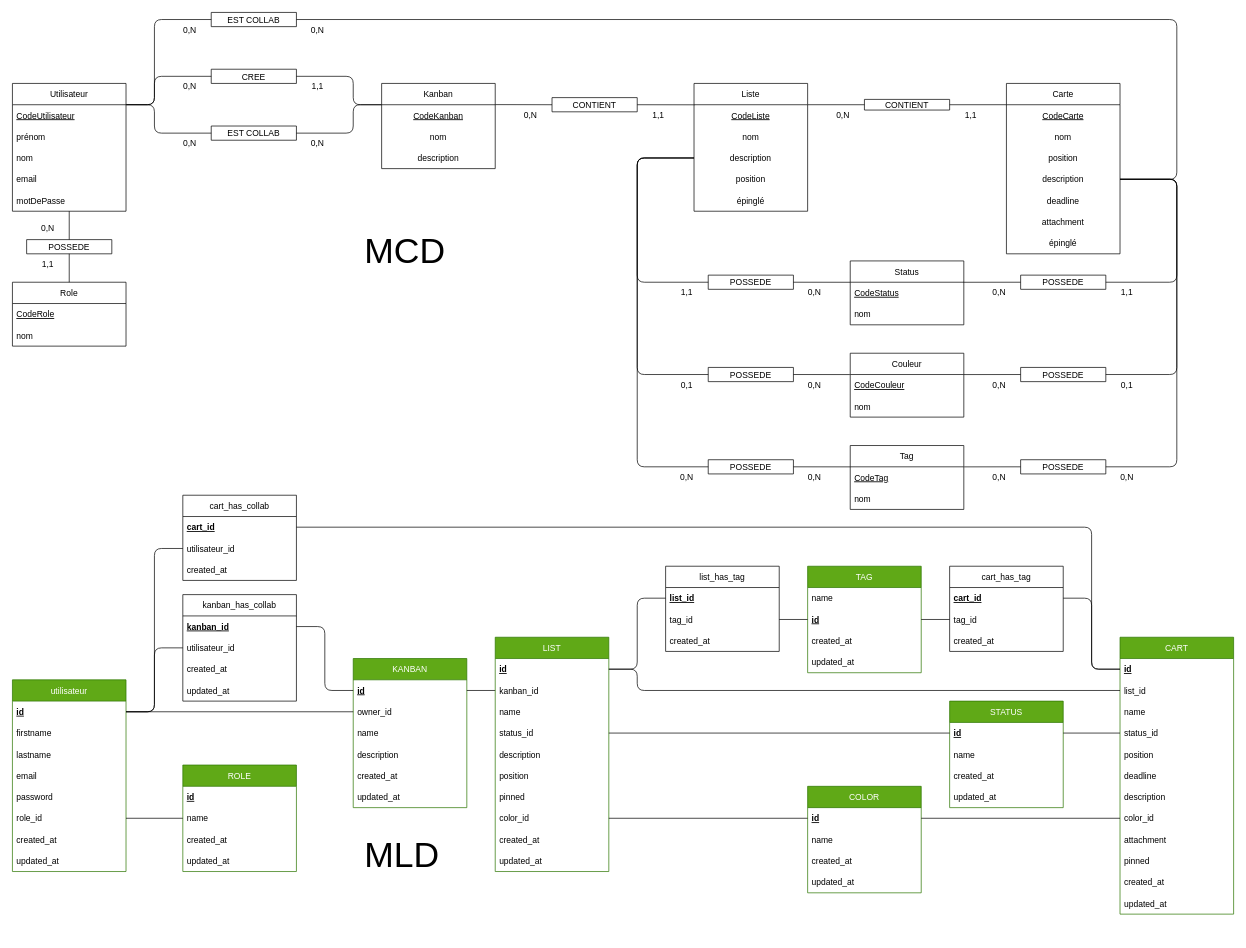
YannCreach/oKanban-YannCreach keeps this draw.io diagram as docs/mcd3.drawio. Above is the earlier version. Source tidied: cells renumbered, new cells numbered last; positions are measured from the earlier drawing's top-left corner, leaving out a move shared by most shapes. Both pictures are drawn from the tidied source at 71%, with x=0, y=0 at pixel (12, 12).
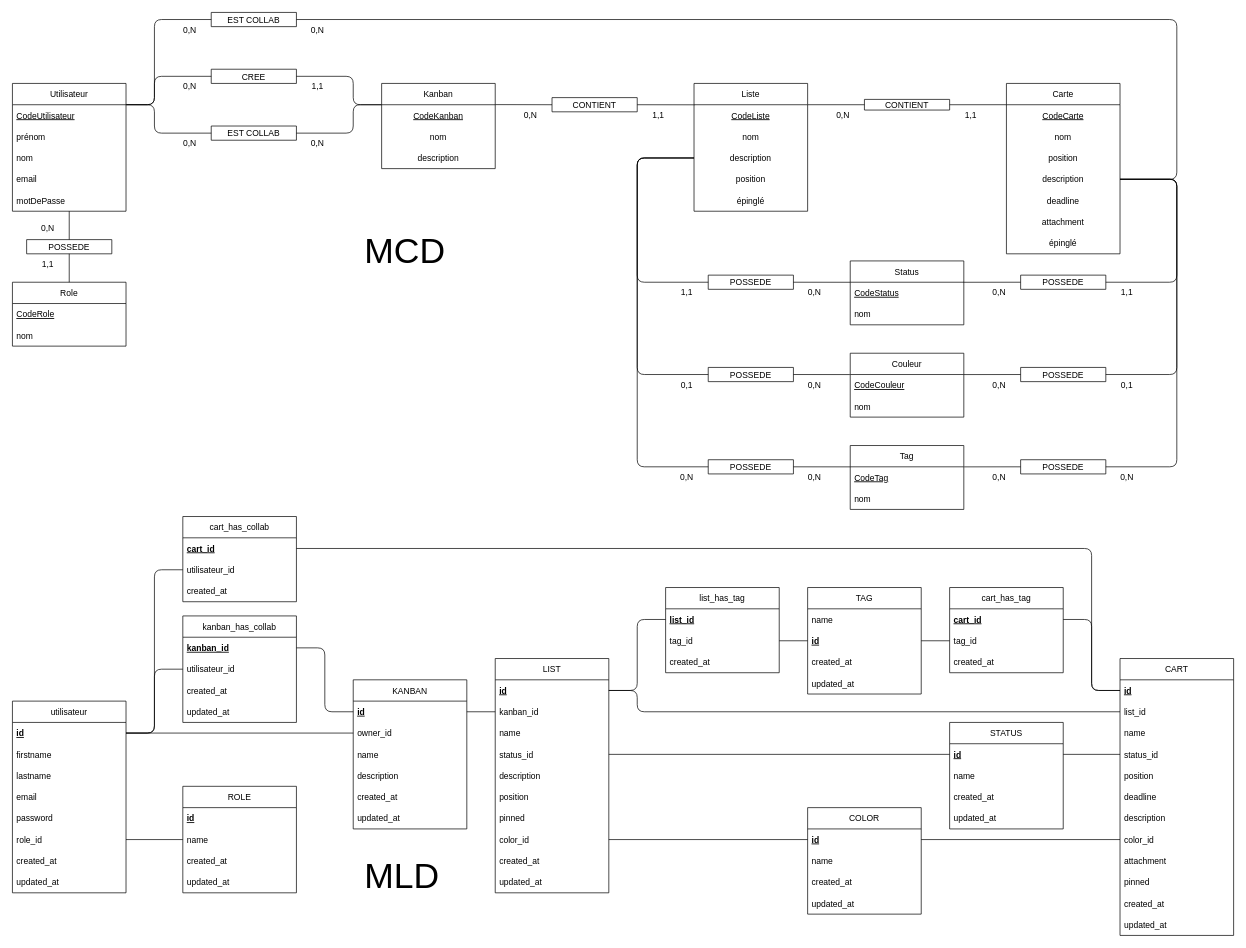
The same diagram, later.

Commit message (it also covers changes not shown here):
small assoc patch

The change refers to these unchanged cells:
```xml
<mxCell id="93" value="id" style="text;strokeColor=none;fillColor=none;align=left;verticalAlign=middle;spacingLeft=4;spacingRight=4;overflow=hidden;points=[[0,0.5],[1,0.5]];portConstraint=eastwest;fontStyle=5;" parent="92" vertex="1">
  <mxGeometry y="30" width="160" height="30" as="geometry" />
</mxCell>
<mxCell id="102" value="id" style="text;strokeColor=none;fillColor=none;align=left;verticalAlign=middle;spacingLeft=4;spacingRight=4;overflow=hidden;points=[[0,0.5],[1,0.5]];portConstraint=eastwest;fontStyle=5;" parent="101" vertex="1">
  <mxGeometry y="30" width="160" height="30" as="geometry" />
</mxCell>
<mxCell id="110" value="id" style="text;strokeColor=none;fillColor=none;align=left;verticalAlign=middle;spacingLeft=4;spacingRight=4;overflow=hidden;points=[[0,0.5],[1,0.5]];portConstraint=eastwest;fontStyle=5;" parent="109" vertex="1">
  <mxGeometry y="30" width="160" height="30" as="geometry" />
</mxCell>
<mxCell id="111" value="list_id" style="text;strokeColor=none;fillColor=none;align=left;verticalAlign=middle;spacingLeft=4;spacingRight=4;overflow=hidden;points=[[0,0.5],[1,0.5]];portConstraint=eastwest;fontStyle=0;" parent="109" vertex="1">
  <mxGeometry y="60" width="160" height="30" as="geometry" />
</mxCell>
<mxCell id="144" value="id" style="text;strokeColor=none;fillColor=none;align=left;verticalAlign=middle;spacingLeft=4;spacingRight=4;overflow=hidden;points=[[0,0.5],[1,0.5]];portConstraint=eastwest;fontStyle=5;" parent="143" vertex="1">
  <mxGeometry y="30" width="160" height="30" as="geometry" />
</mxCell>
<mxCell id="171" value="kanban_id" style="text;strokeColor=none;fillColor=none;align=left;verticalAlign=middle;spacingLeft=4;spacingRight=4;overflow=hidden;points=[[0,0.5],[1,0.5]];portConstraint=eastwest;fontSize=12;fontStyle=5;" parent="170" vertex="1">
  <mxGeometry y="30" width="160" height="30" as="geometry" />
</mxCell>
<mxCell id="172" value="utilisateur_id" style="text;strokeColor=none;fillColor=none;align=left;verticalAlign=middle;spacingLeft=4;spacingRight=4;overflow=hidden;points=[[0,0.5],[1,0.5]];portConstraint=eastwest;fontSize=12;" parent="170" vertex="1">
  <mxGeometry y="60" width="160" height="30" as="geometry" />
</mxCell>
<mxCell id="176" value="cart_id" style="text;strokeColor=none;fillColor=none;align=left;verticalAlign=middle;spacingLeft=4;spacingRight=4;overflow=hidden;points=[[0,0.5],[1,0.5]];portConstraint=eastwest;fontSize=12;fontStyle=5;" parent="175" vertex="1">
  <mxGeometry y="30" width="160" height="30" as="geometry" />
</mxCell>
<mxCell id="177" value="utilisateur_id" style="text;strokeColor=none;fillColor=none;align=left;verticalAlign=middle;spacingLeft=4;spacingRight=4;overflow=hidden;points=[[0,0.5],[1,0.5]];portConstraint=eastwest;fontSize=12;" parent="175" vertex="1">
  <mxGeometry y="60" width="160" height="30" as="geometry" />
</mxCell>
<mxCell id="180" value="list_id" style="text;strokeColor=none;fillColor=none;align=left;verticalAlign=middle;spacingLeft=4;spacingRight=4;overflow=hidden;points=[[0,0.5],[1,0.5]];portConstraint=eastwest;fontSize=12;fontStyle=5;" parent="179" vertex="1">
  <mxGeometry y="30" width="160" height="30" as="geometry" />
</mxCell>
<mxCell id="184" value="cart_id" style="text;strokeColor=none;fillColor=none;align=left;verticalAlign=middle;spacingLeft=4;spacingRight=4;overflow=hidden;points=[[0,0.5],[1,0.5]];portConstraint=eastwest;fontSize=12;fontStyle=5;" parent="183" vertex="1">
  <mxGeometry y="30" width="160" height="30" as="geometry" />
</mxCell>
```

Diff of the diagram source:
```diff
@@
-    <mxCell id="92" value="utilisateur" style="swimlane;fontStyle=0;horizontal=1;startSize=30;fillColor=#60a917;fontColor=#ffffff;strokeColor=#2D7600;" parent="1" vertex="1">
-      <mxGeometry y="940" width="160" height="270" as="geometry" />
+    <mxCell id="92" value="utilisateur" style="swimlane;fontStyle=0;horizontal=1;startSize=30;" parent="1" vertex="1">
+      <mxGeometry y="970" width="160" height="270" as="geometry" />
     </mxCell>
@@
-    <mxCell id="101" value="KANBAN" style="swimlane;fontStyle=0;horizontal=1;startSize=30;fillColor=#60a917;fontColor=#ffffff;strokeColor=#2D7600;" parent="1" vertex="1">
-      <mxGeometry x="480" y="910" width="160" height="210" as="geometry" />
+    <mxCell id="101" value="KANBAN" style="swimlane;fontStyle=0;horizontal=1;startSize=30;" parent="1" vertex="1">
+      <mxGeometry x="480" y="940" width="160" height="210" as="geometry" />
     </mxCell>
@@
-    <mxCell id="109" value="CART" style="swimlane;fontStyle=0;horizontal=1;startSize=30;fillColor=#60a917;fontColor=#ffffff;strokeColor=#2D7600;" parent="1" vertex="1">
-      <mxGeometry x="1560" y="880" width="160" height="390" as="geometry" />
+    <mxCell id="109" value="CART" style="swimlane;fontStyle=0;horizontal=1;startSize=30;" parent="1" vertex="1">
+      <mxGeometry x="1560" y="910" width="160" height="390" as="geometry" />
     </mxCell>
@@
     <mxCell id="122" style="endArrow=none;html=1;exitX=1;exitY=0.5;exitDx=0;exitDy=0;entryX=0;entryY=0.5;entryDx=0;entryDy=0;" parent="1" edge="1" source="144" target="111">
       <mxGeometry relative="1" as="geometry">
         <Array as="points">
-          <mxPoint x="880" y="925" />
           <mxPoint x="880" y="955" />
+          <mxPoint x="880" y="985" />
         </Array>
       </mxGeometry>
     </mxCell>
     <mxCell id="123" style="endArrow=none;html=1;entryX=0;entryY=0.5;entryDx=0;entryDy=0;exitX=1;exitY=0.5;exitDx=0;exitDy=0;" parent="1" edge="1" source="93" target="172">
       <mxGeometry relative="1" as="geometry">
         <Array as="points">
-          <mxPoint x="200" y="985" />
-          <mxPoint x="200" y="895" />
+          <mxPoint x="200" y="1015" />
+          <mxPoint x="200" y="925" />
         </Array>
       </mxGeometry>
     </mxCell>
     <mxCell id="124" style="endArrow=none;html=1;exitX=1;exitY=0.5;exitDx=0;exitDy=0;entryX=0;entryY=0.5;entryDx=0;entryDy=0;" parent="1" edge="1" source="171" target="102">
       <mxGeometry relative="1" as="geometry">
         <Array as="points">
-          <mxPoint x="440" y="865" />
-          <mxPoint x="440" y="955" />
+          <mxPoint x="440" y="895" />
+          <mxPoint x="440" y="985" />
         </Array>
       </mxGeometry>
     </mxCell>
-    <mxCell id="125" value="ROLE" style="swimlane;fontStyle=0;horizontal=1;startSize=30;fillColor=#60a917;fontColor=#ffffff;strokeColor=#2D7600;" parent="1" vertex="1">
-      <mxGeometry x="240" y="1060" width="160" height="150" as="geometry" />
+    <mxCell id="125" value="ROLE" style="swimlane;fontStyle=0;horizontal=1;startSize=30;" parent="1" vertex="1">
+      <mxGeometry x="240" y="1090" width="160" height="150" as="geometry" />
     </mxCell>
@@
-    <mxCell id="130" value="COLOR" style="swimlane;fontStyle=0;horizontal=1;startSize=30;fillColor=#60a917;fontColor=#ffffff;strokeColor=#2D7600;" parent="1" vertex="1">
-      <mxGeometry x="1120" y="1090" width="160" height="150" as="geometry" />
+    <mxCell id="130" value="COLOR" style="swimlane;fontStyle=0;horizontal=1;startSize=30;" parent="1" vertex="1">
+      <mxGeometry x="1120" y="1120" width="160" height="150" as="geometry" />
     </mxCell>
@@
-    <mxCell id="136" value="STATUS" style="swimlane;fontStyle=0;horizontal=1;startSize=30;fillColor=#60a917;fontColor=#ffffff;strokeColor=#2D7600;" parent="1" vertex="1">
-      <mxGeometry x="1320" y="970" width="160" height="150" as="geometry" />
+    <mxCell id="136" value="STATUS" style="swimlane;fontStyle=0;horizontal=1;startSize=30;" parent="1" vertex="1">
+      <mxGeometry x="1320" y="1000" width="160" height="150" as="geometry" />
     </mxCell>
@@
-    <mxCell id="143" value="LIST" style="swimlane;fontStyle=0;horizontal=1;startSize=30;fillColor=#60a917;fontColor=#ffffff;strokeColor=#2D7600;" parent="1" vertex="1">
-      <mxGeometry x="680" y="880" width="160" height="330" as="geometry" />
+    <mxCell id="143" value="LIST" style="swimlane;fontStyle=0;horizontal=1;startSize=30;" parent="1" vertex="1">
+      <mxGeometry x="680" y="910" width="160" height="330" as="geometry" />
     </mxCell>
@@
     <mxCell id="155" style="endArrow=none;html=1;exitX=1;exitY=0.5;exitDx=0;exitDy=0;entryX=0;entryY=0.5;entryDx=0;entryDy=0;" parent="1" edge="1" source="93" target="177">
       <mxGeometry relative="1" as="geometry">
         <Array as="points">
-          <mxPoint x="200" y="985" />
-          <mxPoint x="200" y="755" />
+          <mxPoint x="200" y="1015" />
+          <mxPoint x="200" y="785" />
         </Array>
       </mxGeometry>
     </mxCell>
@@
     <mxCell id="158" style="endArrow=none;html=1;exitX=1;exitY=0.5;exitDx=0;exitDy=0;entryX=0;entryY=0.5;entryDx=0;entryDy=0;" parent="1" edge="1" source="176" target="110">
       <mxGeometry relative="1" as="geometry">
         <Array as="points">
-          <mxPoint x="1520" y="725" />
-          <mxPoint x="1520" y="925" />
+          <mxPoint x="1520" y="755" />
+          <mxPoint x="1520" y="955" />
         </Array>
       </mxGeometry>
     </mxCell>
-    <mxCell id="159" value="TAG" style="swimlane;fontStyle=0;horizontal=1;startSize=30;fillColor=#60a917;fontColor=#ffffff;strokeColor=#2D7600;" parent="1" vertex="1">
-      <mxGeometry x="1120" y="780" width="160" height="150" as="geometry" />
+    <mxCell id="159" value="TAG" style="swimlane;fontStyle=0;horizontal=1;startSize=30;" parent="1" vertex="1">
+      <mxGeometry x="1120" y="810" width="160" height="150" as="geometry" />
     </mxCell>
@@
     <mxCell id="166" style="endArrow=none;html=1;entryX=0;entryY=0.5;entryDx=0;entryDy=0;exitX=1;exitY=0.5;exitDx=0;exitDy=0;" parent="1" edge="1" source="144" target="180">
       <mxGeometry relative="1" as="geometry">
         <Array as="points">
-          <mxPoint x="880" y="925" />
-          <mxPoint x="880" y="825" />
+          <mxPoint x="880" y="955" />
+          <mxPoint x="880" y="855" />
         </Array>
       </mxGeometry>
     </mxCell>
     <mxCell id="167" style="endArrow=none;html=1;exitX=1;exitY=0.5;exitDx=0;exitDy=0;entryX=0;entryY=0.5;entryDx=0;entryDy=0;" parent="1" edge="1" source="184" target="110">
       <mxGeometry relative="1" as="geometry">
         <Array as="points">
-          <mxPoint x="1520" y="825" />
-          <mxPoint x="1520" y="925" />
+          <mxPoint x="1520" y="855" />
+          <mxPoint x="1520" y="955" />
         </Array>
       </mxGeometry>
     </mxCell>
@@
     <mxCell id="169" value="MLD" style="text;strokeColor=none;fillColor=none;align=left;verticalAlign=middle;spacingLeft=4;spacingRight=4;overflow=hidden;fontSize=50;" parent="1" vertex="1">
-      <mxGeometry x="490" y="1140" width="150" height="80" as="geometry" />
+      <mxGeometry x="490" y="1170" width="150" height="80" as="geometry" />
     </mxCell>
     <mxCell id="170" value="kanban_has_collab" style="swimlane;fontStyle=0;horizontal=1;startSize=30;fontSize=12;" parent="1" vertex="1">
-      <mxGeometry x="240" y="820" width="160" height="150" as="geometry" />
+      <mxGeometry x="240" y="850" width="160" height="150" as="geometry" />
     </mxCell>
@@
     <mxCell id="175" value="cart_has_collab" style="swimlane;fontStyle=0;horizontal=1;startSize=30;fontSize=12;" parent="1" vertex="1">
-      <mxGeometry x="240" y="680" width="160" height="120" as="geometry" />
+      <mxGeometry x="240" y="710" width="160" height="120" as="geometry" />
     </mxCell>
@@
     <mxCell id="179" value="list_has_tag" style="swimlane;fontStyle=0;horizontal=1;startSize=30;fontSize=12;" parent="1" vertex="1">
-      <mxGeometry x="920" y="780" width="160" height="120" as="geometry" />
+      <mxGeometry x="920" y="810" width="160" height="120" as="geometry" />
     </mxCell>
@@
     <mxCell id="183" value="cart_has_tag" style="swimlane;fontStyle=0;horizontal=1;startSize=30;fontSize=12;" parent="1" vertex="1">
-      <mxGeometry x="1320" y="780" width="160" height="120" as="geometry" />
+      <mxGeometry x="1320" y="810" width="160" height="120" as="geometry" />
     </mxCell>
```
